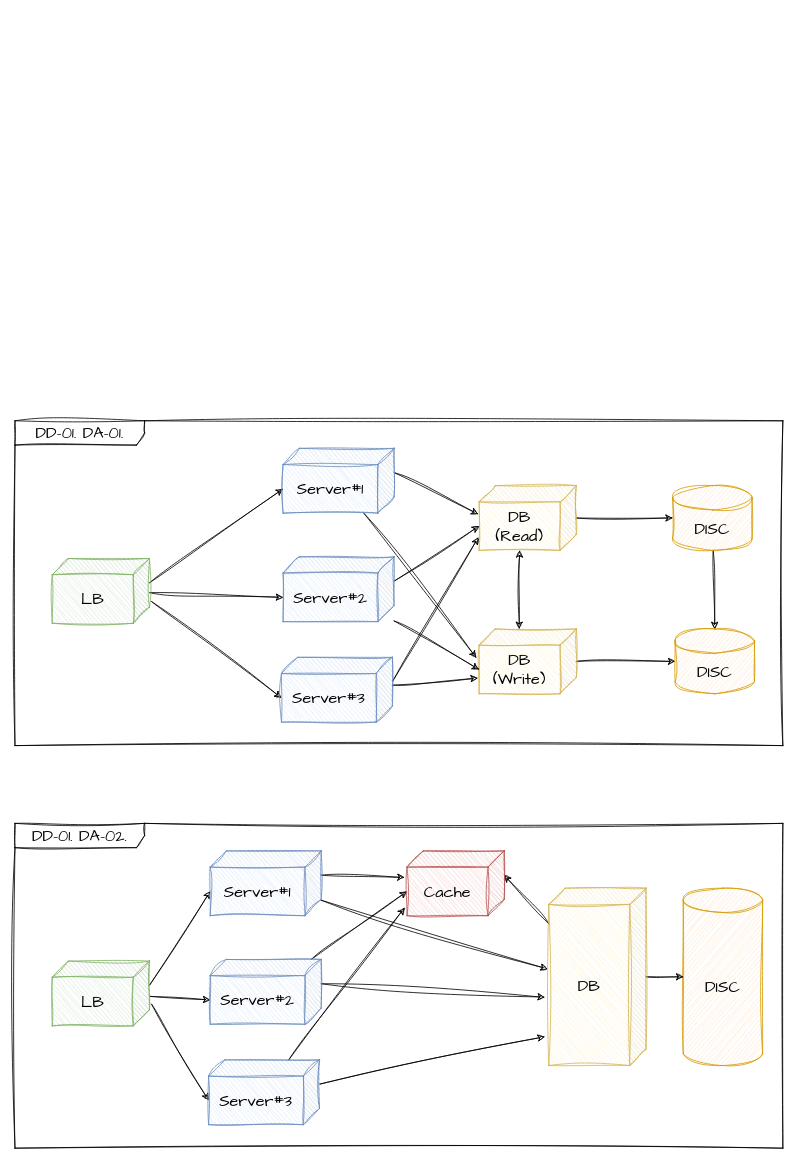
The draw.io diagram DD/DD01.drawio in coldmu/aa_exam, before the edit. Source tidied: cells renumbered, new cells numbered last; positions are measured from the earlier drawing's top-left corner, leaving out a move shared by most shapes. Both pictures are drawn from the tidied source at 81%, with x=0, y=0 at pixel (15, 420).
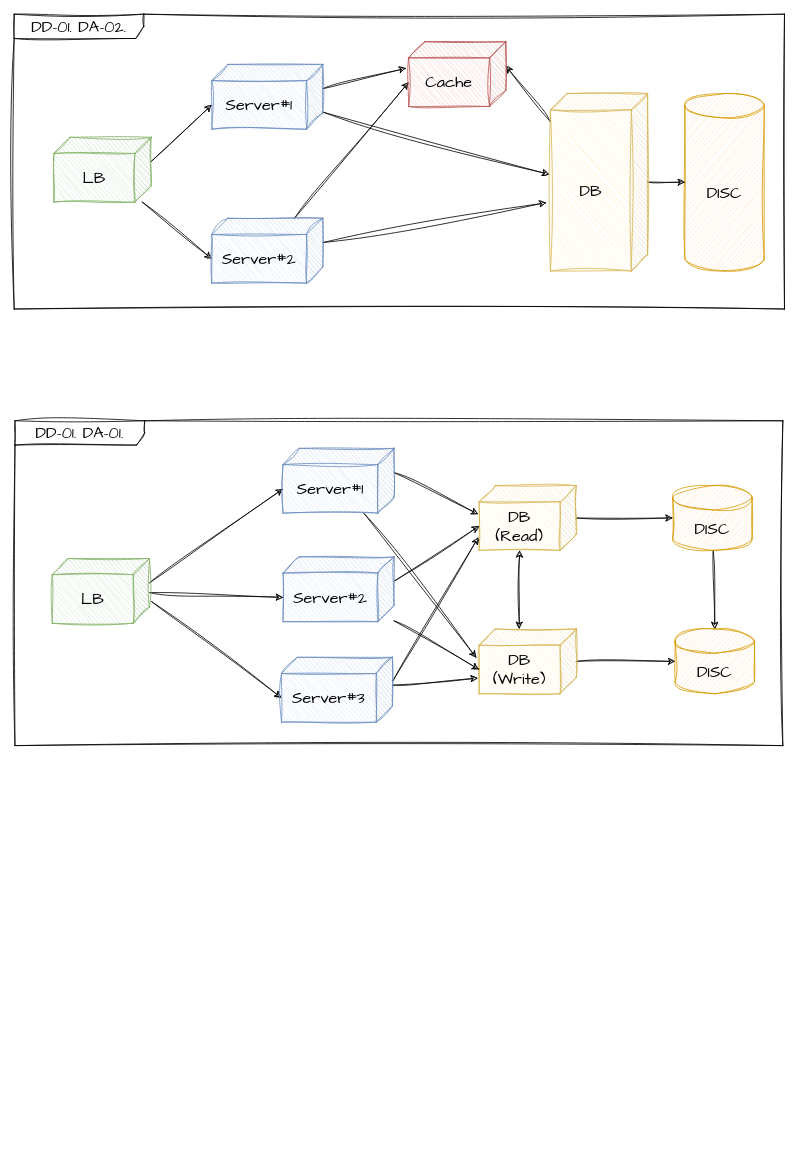
The same diagram, later.

Change to the diagram source:
```diff
@@
     <mxCell id="24" value="DD-01. DA-02." style="shape=umlFrame;whiteSpace=wrap;html=1;width=160;sketch=1;hachureGap=4;jiggle=2;curveFitting=1;fontFamily=Architects Daughter;fontSize=20;" parent="1" vertex="1">
-      <mxGeometry y="497" width="948" height="401" as="geometry" />
+      <mxGeometry x="-1" y="-502" width="951" height="364" as="geometry" />
     </mxCell>
     <mxCell id="25" value="DISC" style="shape=cylinder3;whiteSpace=wrap;html=1;boundedLbl=1;backgroundOutline=1;size=15;sketch=1;hachureGap=4;jiggle=2;curveFitting=1;fontFamily=Architects Daughter;fontSize=20;fillColor=#ffe6cc;strokeColor=#d79b00;" parent="1" vertex="1">
-      <mxGeometry x="825" y="577" width="98" height="219" as="geometry" />
+      <mxGeometry x="827" y="-404" width="98" height="219" as="geometry" />
     </mxCell>
@@
-    <mxCell id="28" style="edgeStyle=none;shape=connector;rounded=0;sketch=1;hachureGap=4;jiggle=2;curveFitting=1;jettySize=auto;html=1;entryX=0;entryY=0;entryDx=137;entryDy=50;entryPerimeter=0;labelBackgroundColor=default;strokeColor=default;fontFamily=Architects Daughter;fontSize=16;fontColor=default;endArrow=classic;exitX=-0.022;exitY=0.665;exitDx=0;exitDy=0;exitPerimeter=0;" parent="1" edge="1" source="29" target="41">
-      <mxGeometry relative="1" as="geometry" />
-    </mxCell>
     <mxCell id="29" value="LB" style="shape=cube;whiteSpace=wrap;html=1;boundedLbl=1;backgroundOutline=1;darkOpacity=0.05;darkOpacity2=0.1;sketch=1;hachureGap=4;jiggle=2;curveFitting=1;fontFamily=Architects Daughter;fontSize=20;direction=east;flipH=1;fillColor=#d5e8d4;strokeColor=#82b366;" parent="1" vertex="1">
-      <mxGeometry x="46" y="667" width="120" height="80" as="geometry" />
+      <mxGeometry x="48" y="-350" width="120" height="80" as="geometry" />
     </mxCell>
@@
     <mxCell id="32" value="Server#1" style="shape=cube;whiteSpace=wrap;html=1;boundedLbl=1;backgroundOutline=1;darkOpacity=0.05;darkOpacity2=0.1;sketch=1;hachureGap=4;jiggle=2;curveFitting=1;fontFamily=Architects Daughter;fontSize=20;direction=east;flipH=1;fillColor=#dae8fc;strokeColor=#6c8ebf;" parent="1" vertex="1">
-      <mxGeometry x="241" y="531" width="137" height="80" as="geometry" />
+      <mxGeometry x="243" y="-440" width="137" height="80" as="geometry" />
     </mxCell>
@@
     <mxCell id="35" value="DB" style="shape=cube;whiteSpace=wrap;html=1;boundedLbl=1;backgroundOutline=1;darkOpacity=0.05;darkOpacity2=0.1;sketch=1;hachureGap=4;jiggle=2;curveFitting=1;fontFamily=Architects Daughter;fontSize=20;direction=east;flipH=1;fillColor=#fff2cc;strokeColor=#d6b656;" parent="1" vertex="1">
-      <mxGeometry x="659" y="577" width="120" height="219" as="geometry" />
+      <mxGeometry x="661" y="-404" width="120" height="219" as="geometry" />
     </mxCell>
@@
     <mxCell id="38" value="Server#2" style="shape=cube;whiteSpace=wrap;html=1;boundedLbl=1;backgroundOutline=1;darkOpacity=0.05;darkOpacity2=0.1;sketch=1;hachureGap=4;jiggle=2;curveFitting=1;fontFamily=Architects Daughter;fontSize=20;direction=east;flipH=1;fillColor=#dae8fc;strokeColor=#6c8ebf;" parent="1" vertex="1">
-      <mxGeometry x="241" y="665" width="137" height="80" as="geometry" />
+      <mxGeometry x="243" y="-250" width="137" height="80" as="geometry" />
     </mxCell>
-    <mxCell id="39" style="edgeStyle=none;shape=connector;rounded=0;sketch=1;hachureGap=4;jiggle=2;curveFitting=1;jettySize=auto;html=1;labelBackgroundColor=default;strokeColor=default;fontFamily=Architects Daughter;fontSize=16;fontColor=default;endArrow=classic;exitX=0;exitY=0;exitDx=0;exitDy=30;exitPerimeter=0;entryX=1.042;entryY=0.837;entryDx=0;entryDy=0;entryPerimeter=0;" parent="1" edge="1" source="41" target="35">
-      <mxGeometry relative="1" as="geometry" />
-    </mxCell>
-    <mxCell id="40" style="edgeStyle=none;shape=connector;rounded=0;sketch=1;hachureGap=4;jiggle=2;curveFitting=1;jettySize=auto;html=1;entryX=1.026;entryY=0.878;entryDx=0;entryDy=0;entryPerimeter=0;labelBackgroundColor=default;strokeColor=default;fontFamily=Architects Daughter;fontSize=16;fontColor=default;endArrow=classic;" parent="1" edge="1" source="41" target="42">
-      <mxGeometry relative="1" as="geometry" />
-    </mxCell>
-    <mxCell id="41" value="Server#3" style="shape=cube;whiteSpace=wrap;html=1;boundedLbl=1;backgroundOutline=1;darkOpacity=0.05;darkOpacity2=0.1;sketch=1;hachureGap=4;jiggle=2;curveFitting=1;fontFamily=Architects Daughter;fontSize=20;direction=east;flipH=1;fillColor=#dae8fc;strokeColor=#6c8ebf;" parent="1" vertex="1">
-      <mxGeometry x="239" y="789" width="137" height="80" as="geometry" />
-    </mxCell>
     <mxCell id="42" value="Cache" style="shape=cube;whiteSpace=wrap;html=1;boundedLbl=1;backgroundOutline=1;darkOpacity=0.05;darkOpacity2=0.1;sketch=1;hachureGap=4;jiggle=2;curveFitting=1;fontFamily=Architects Daughter;fontSize=20;direction=east;flipH=1;fillColor=#f8cecc;strokeColor=#b85450;" parent="1" vertex="1">
-      <mxGeometry x="484" y="531" width="120" height="80" as="geometry" />
+      <mxGeometry x="486" y="-468" width="120" height="80" as="geometry" />
     </mxCell>
```
